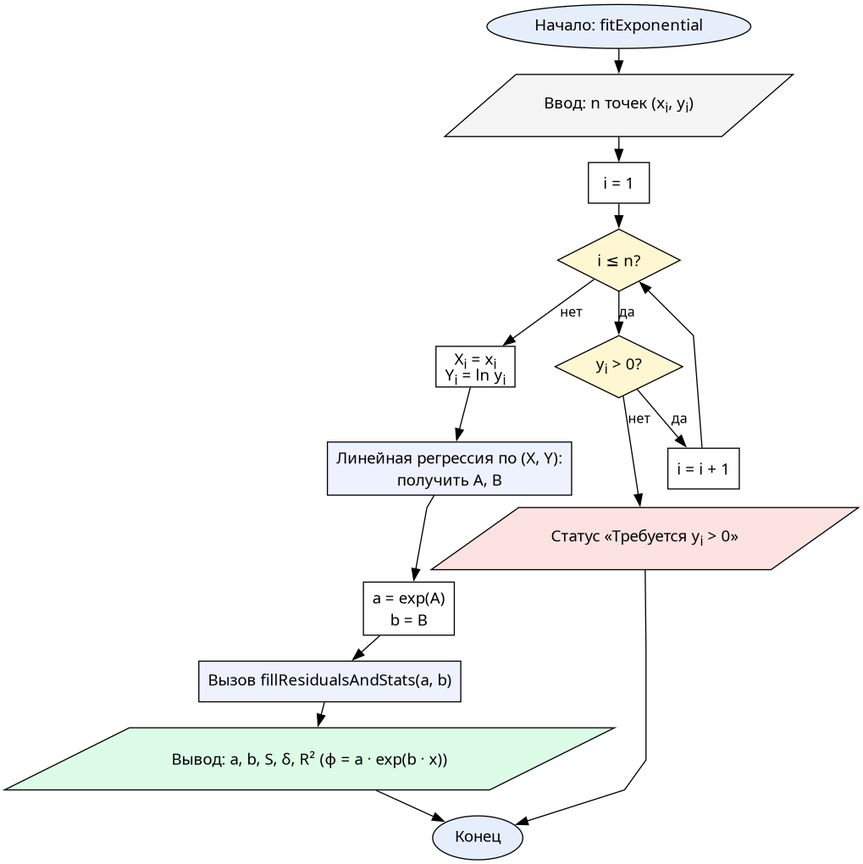
The Graphviz diagram reports/resources/flowcharts/ls_exp.png in Oriptal/calc-math-lab2, before a commit. Its source is kept beside it as reports/resources/flowcharts/ls_exp.dot.
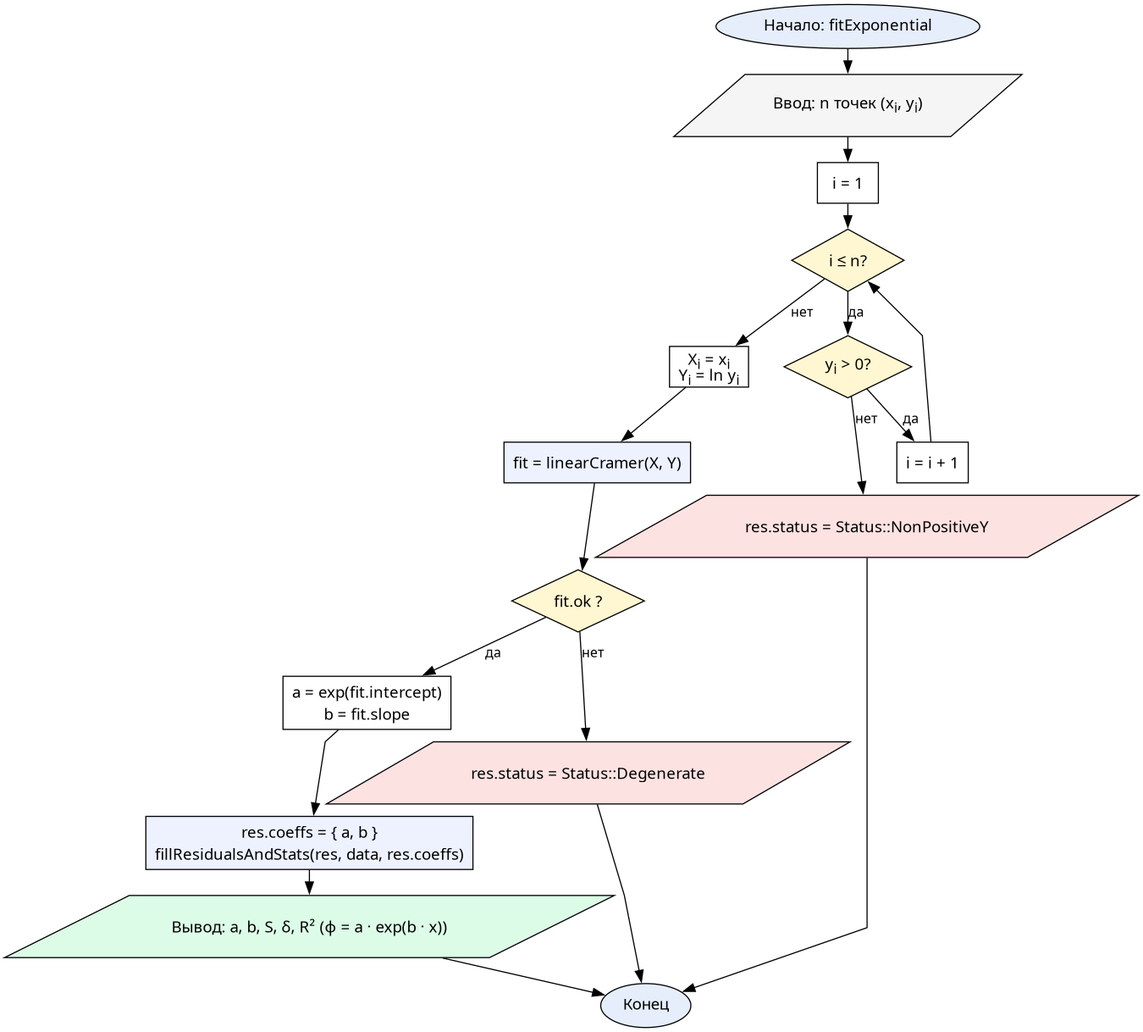
After the change.

What changed in the source:
```diff
@@ -8,12 +8,14 @@
   init   [label=<i = 1>, shape=box]
   chk1   [label=<i ≤ n?>, shape=diamond, fillcolor="#fff7d1"]
   chk2   [label=<y<SUB>i</SUB> &gt; 0?>, shape=diamond, fillcolor="#fff7d1"]
-  rej    [label=<Статус «Требуется y<SUB>i</SUB> &gt; 0»>, shape=parallelogram, fillcolor="#fde2e2"]
+  rej    [label=<res.status = Status::NonPositiveY>, shape=parallelogram, fillcolor="#fde2e2"]
   next   [label=<i = i + 1>, shape=box]
   prep   [label=<X<SUB>i</SUB> = x<SUB>i</SUB><BR/>Y<SUB>i</SUB> = ln y<SUB>i</SUB>>, shape=box]
-  reg    [label=<Линейная регрессия по (X, Y):<BR/>получить A, B>, shape=box, fillcolor="#eef2ff"]
-  back   [label=<a = exp(A)<BR/>b = B>, shape=box]
-  stats  [label="Вызов fillResidualsAndStats(a, b)", shape=box, fillcolor="#eef2ff"]
+  reg    [label=<fit = linearCramer(X, Y)>, shape=box, fillcolor="#eef2ff"]
+  chkOk  [label=<fit.ok ?>, shape=diamond, fillcolor="#fff7d1"]
+  degen  [label=<res.status = Status::Degenerate>, shape=parallelogram, fillcolor="#fde2e2"]
+  back   [label=<a = exp(fit.intercept)<BR/>b = fit.slope>, shape=box]
+  stats  [label=<res.coeffs = { a, b }<BR/>fillResidualsAndStats(res, data, res.coeffs)>, shape=box, fillcolor="#eef2ff"]
   output [label=<Вывод: a, b, S, δ, R² (φ = a · exp(b · x))>, shape=parallelogram, fillcolor="#dcfce7"]
   stop   [label="Конец", shape=oval, fillcolor="#e6eefc"]
 
@@ -24,5 +26,9 @@
   rej -> stop
   next -> chk1
   chk1 -> prep [label="нет"]
-  prep -> reg -> back -> stats -> output -> stop
+  prep -> reg -> chkOk
+  chkOk -> degen [label="нет"]
+  degen -> stop
+  chkOk -> back [label="да"]
+  back -> stats -> output -> stop
 }
```
